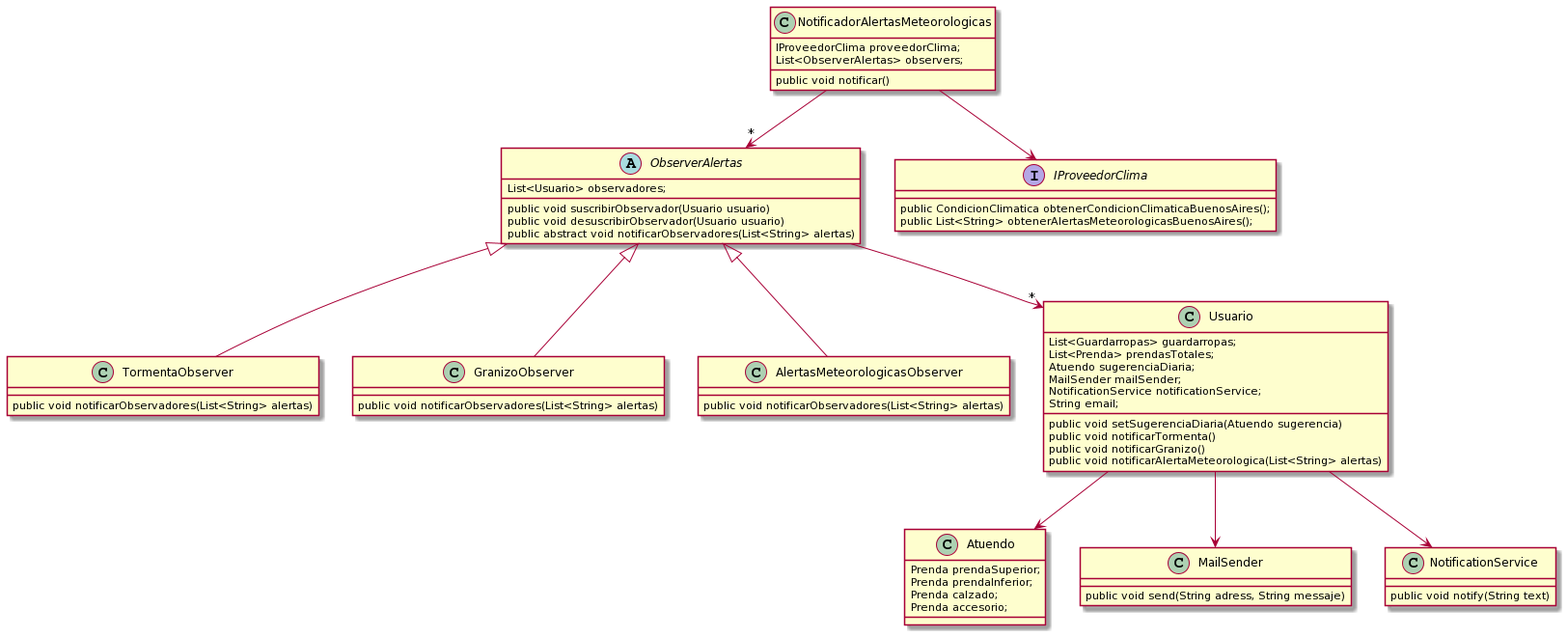
The PlantUML diagram Diagramas/diagrama_de_clases_entrega_6.png in esanchezventurini/QueMePongo, before a commit.
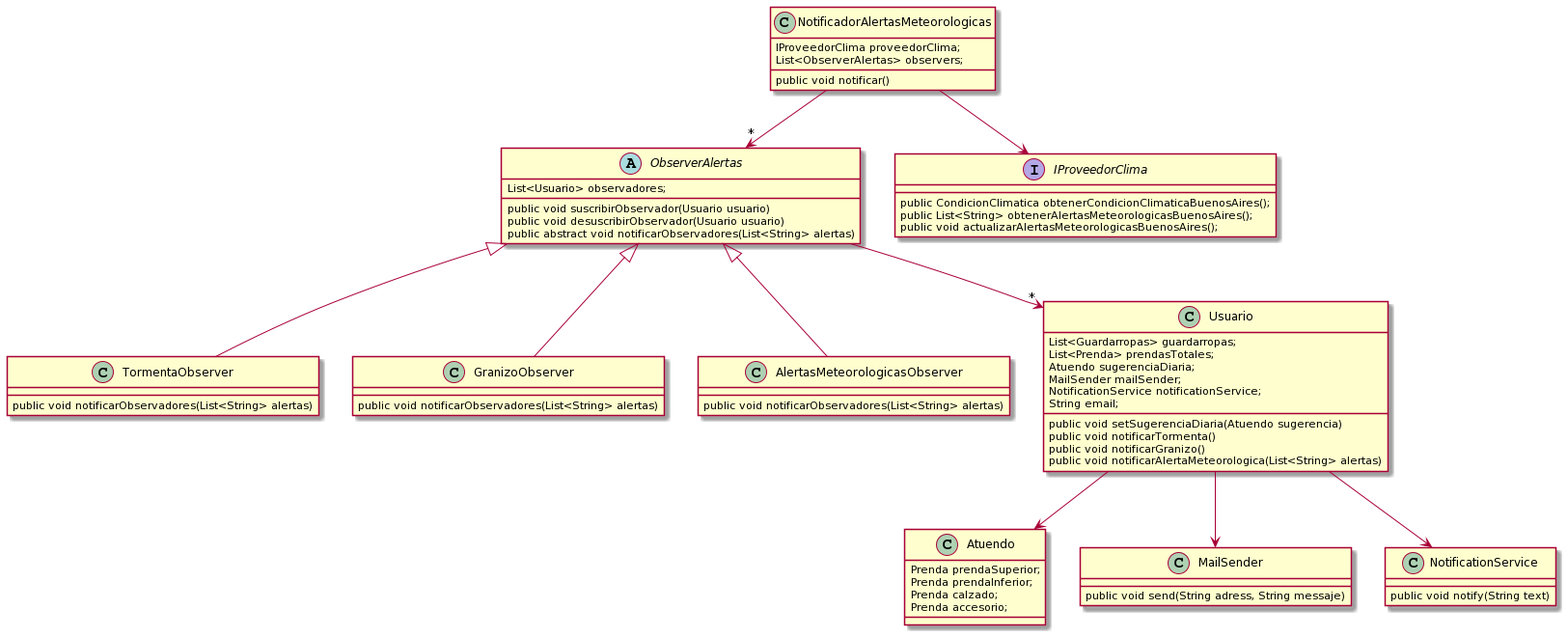
After the commit.

Commit message:
Corrijo diagrama

Change to the diagram source:
```diff
@@ -44,6 +44,7 @@
 interface IProveedorClima {
   public CondicionClimatica obtenerCondicionClimaticaBuenosAires();
   public List<String> obtenerAlertasMeteorologicasBuenosAires();
+  public void actualizarAlertasMeteorologicasBuenosAires();
 }
 
 class Atuendo {
```
